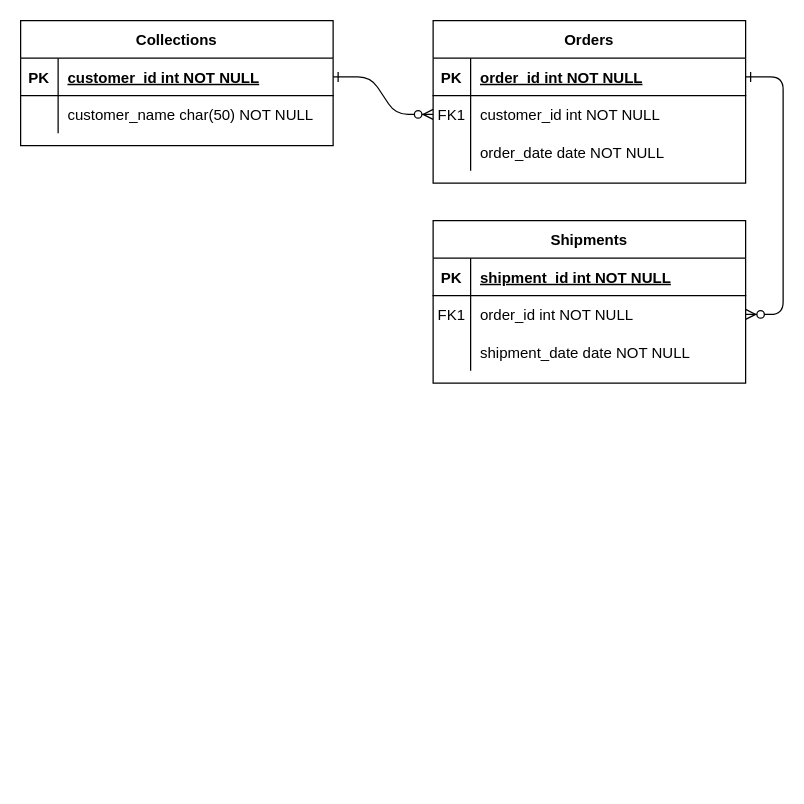
Before: Untitled Diagram.drawio in iykazrji/the-melancholy-collection, a draw.io diagram. Source tidied: cells renumbered, new cells numbered last; positions are measured from the earlier drawing's top-left corner, leaving out a move shared by most shapes. Both pictures are drawn from the tidied source at 125%, with x=0, y=0 at pixel (20, 20).
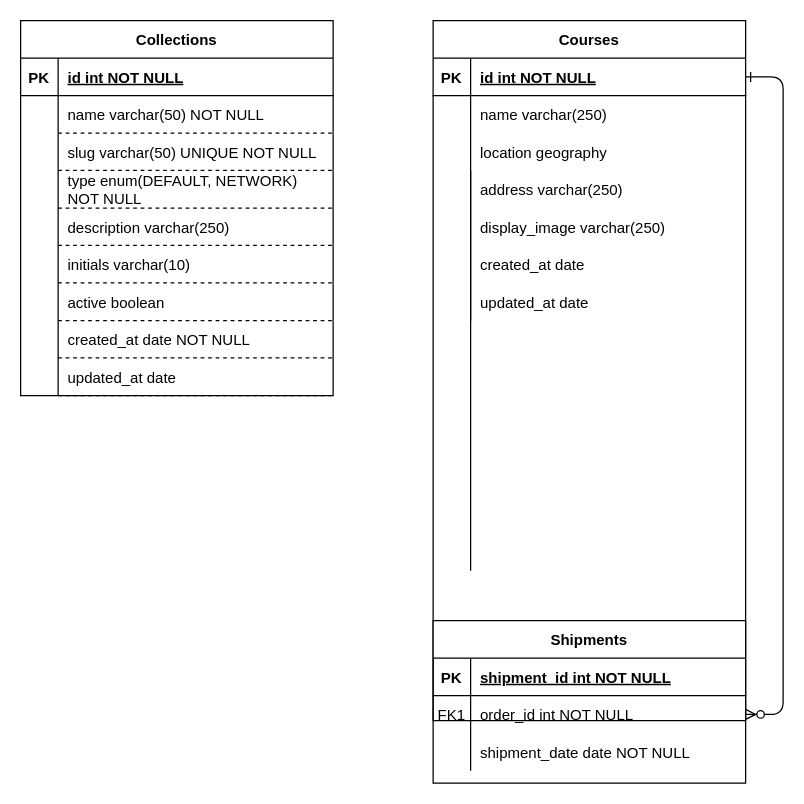
Above is the later version.

The change refers to these unchanged cells:
```xml
<mxCell id="5" style="shape=partialRectangle;fillColor=none;points=[[0,0.5],[1,0.5]];portConstraint=eastwest;top=0;left=0;right=0;bottom=1;" parent="4" vertex="1">
  <mxGeometry y="30" width="250" height="30" as="geometry" />
</mxCell>
<mxCell id="8" style="shape=partialRectangle;fillColor=none;points=[[0,0.5],[1,0.5]];portConstraint=eastwest;top=0;left=0;right=0;bottom=0;" parent="4" vertex="1">
  <mxGeometry y="60" width="250" height="30" as="geometry" />
</mxCell>
<mxCell id="11" style="shape=partialRectangle;fillColor=none;top=0;left=0;right=0;bottom=0;" parent="4" vertex="1">
  <mxGeometry y="90" width="250" height="30" as="geometry" />
</mxCell>
<mxCell id="25" style="shape=partialRectangle;fillColor=none;points=[[0,0.5],[1,0.5]];portConstraint=eastwest;top=0;left=0;right=0;bottom=1;" parent="24" vertex="1">
  <mxGeometry y="30" width="250" height="30" as="geometry" />
</mxCell>
<mxCell id="28" style="shape=partialRectangle;fillColor=none;top=0;left=0;right=0;bottom=0;" parent="24" vertex="1">
  <mxGeometry y="60" width="250" height="30" as="geometry" />
</mxCell>
```

What changed in the source:
```diff
@@
-    <mxCell id="2" style="edgeStyle=entityRelationEdgeStyle;endArrow=ERzeroToMany;startArrow=ERone;endFill=1;startFill=0;" parent="1" edge="1" source="25" target="8">
-      <mxGeometry relative="1" as="geometry" />
-    </mxCell>
@@
-    <mxCell id="4" value="Orders" style="shape=table;startSize=30;childLayout=tableLayout;rowLines=0;fontStyle=1;align=center;" parent="1" vertex="1">
-      <mxGeometry x="330" width="250" height="130" as="geometry" />
+    <mxCell id="4" value="Courses" style="shape=table;startSize=30;childLayout=tableLayout;rowLines=0;fontStyle=1;align=center;" parent="1" vertex="1">
+      <mxGeometry x="330" width="250" height="560" as="geometry" />
     </mxCell>
@@
-    <mxCell id="7" value="order_id int NOT NULL " style="shape=partialRectangle;overflow=hidden;fillColor=none;top=0;left=0;bottom=0;right=0;align=left;spacingLeft=6;fontStyle=5;" parent="5" vertex="1">
+    <mxCell id="7" value="id int NOT NULL " style="shape=partialRectangle;overflow=hidden;fillColor=none;top=0;left=0;bottom=0;right=0;align=left;spacingLeft=6;fontStyle=5;" parent="5" vertex="1">
       <mxGeometry x="30" width="220" height="30" as="geometry" />
     </mxCell>
@@
-    <mxCell id="9" value="FK1" style="shape=partialRectangle;overflow=hidden;fillColor=none;top=0;left=0;bottom=0;right=0;" parent="8" vertex="1">
+    <mxCell id="9" style="shape=partialRectangle;overflow=hidden;fillColor=none;top=0;left=0;bottom=0;right=0;" parent="8" vertex="1">
       <mxGeometry width="30" height="30" as="geometry" />
     </mxCell>
-    <mxCell id="10" value="customer_id int NOT NULL" style="shape=partialRectangle;overflow=hidden;fillColor=none;top=0;left=0;bottom=0;right=0;align=left;spacingLeft=6;" parent="8" vertex="1">
+    <mxCell id="10" value="name varchar(250)" style="shape=partialRectangle;overflow=hidden;fillColor=none;top=0;left=0;bottom=0;right=0;align=left;spacingLeft=6;" parent="8" vertex="1">
       <mxGeometry x="30" width="220" height="30" as="geometry" />
     </mxCell>
@@
-    <mxCell id="13" value="order_date date NOT NULL" style="shape=partialRectangle;overflow=hidden;fillColor=none;top=0;left=0;bottom=0;right=0;align=left;spacingLeft=6;" parent="11" vertex="1">
+    <mxCell id="13" value="location geography" style="shape=partialRectangle;overflow=hidden;fillColor=none;top=0;left=0;bottom=0;right=0;align=left;spacingLeft=6;" parent="11" vertex="1">
       <mxGeometry x="30" width="220" height="30" as="geometry" />
     </mxCell>
+    <mxCell id="31" style="shape=partialRectangle;fillColor=none;top=0;left=0;right=0;bottom=0;" parent="4" vertex="1">
+      <mxGeometry y="120" width="250" height="30" as="geometry" />
+    </mxCell>
+    <mxCell id="32" style="shape=partialRectangle;overflow=hidden;fillColor=none;top=0;left=0;bottom=0;right=0;" parent="31" vertex="1">
+      <mxGeometry width="30" height="30" as="geometry" />
+    </mxCell>
+    <mxCell id="33" value="address varchar(250)" style="shape=partialRectangle;overflow=hidden;fillColor=none;top=0;left=0;bottom=0;right=0;align=left;spacingLeft=6;" parent="31" vertex="1">
+      <mxGeometry x="30" width="220" height="30" as="geometry" />
+    </mxCell>
+    <mxCell id="34" style="shape=partialRectangle;fillColor=none;top=0;left=0;right=0;bottom=0;" parent="4" vertex="1">
+      <mxGeometry y="150" width="250" height="30" as="geometry" />
+    </mxCell>
+    <mxCell id="35" style="shape=partialRectangle;overflow=hidden;fillColor=none;top=0;left=0;bottom=0;right=0;" parent="34" vertex="1">
+      <mxGeometry width="30" height="30" as="geometry" />
+    </mxCell>
+    <mxCell id="36" value="display_image varchar(250)" style="shape=partialRectangle;overflow=hidden;fillColor=none;top=0;left=0;bottom=0;right=0;align=left;spacingLeft=6;" parent="34" vertex="1">
+      <mxGeometry x="30" width="220" height="30" as="geometry" />
+    </mxCell>
+    <mxCell id="37" style="shape=partialRectangle;fillColor=none;top=0;left=0;right=0;bottom=0;" parent="4" vertex="1">
+      <mxGeometry y="180" width="250" height="30" as="geometry" />
+    </mxCell>
+    <mxCell id="38" style="shape=partialRectangle;overflow=hidden;fillColor=none;top=0;left=0;bottom=0;right=0;" parent="37" vertex="1">
+      <mxGeometry width="30" height="30" as="geometry" />
+    </mxCell>
+    <mxCell id="39" value="created_at date" style="shape=partialRectangle;overflow=hidden;fillColor=none;top=0;left=0;bottom=0;right=0;align=left;spacingLeft=6;" parent="37" vertex="1">
+      <mxGeometry x="30" width="220" height="30" as="geometry" />
+    </mxCell>
+    <mxCell id="40" style="shape=partialRectangle;fillColor=none;top=0;left=0;right=0;bottom=0;" parent="4" vertex="1">
+      <mxGeometry y="210" width="250" height="30" as="geometry" />
+    </mxCell>
+    <mxCell id="41" style="shape=partialRectangle;overflow=hidden;fillColor=none;top=0;left=0;bottom=0;right=0;" parent="40" vertex="1">
+      <mxGeometry width="30" height="30" as="geometry" />
+    </mxCell>
+    <mxCell id="42" value="updated_at date" style="shape=partialRectangle;overflow=hidden;fillColor=none;top=0;left=0;bottom=0;right=0;align=left;spacingLeft=6;" parent="40" vertex="1">
+      <mxGeometry x="30" width="220" height="30" as="geometry" />
+    </mxCell>
     <mxCell id="14" value="Shipments" style="shape=table;startSize=30;childLayout=tableLayout;rowLines=0;fontStyle=1;align=center;" parent="1" vertex="1">
-      <mxGeometry x="330" y="160" width="250" height="130" as="geometry" />
+      <mxGeometry x="330" y="480" width="250" height="130" as="geometry" />
     </mxCell>
@@
     <mxCell id="24" value="Collections" style="shape=table;startSize=30;childLayout=tableLayout;rowLines=0;fontStyle=1;align=center;" parent="1" vertex="1">
-      <mxGeometry width="250" height="100" as="geometry" />
+      <mxGeometry width="250" height="300" as="geometry" />
     </mxCell>
@@
-    <mxCell id="27" value="customer_id int NOT NULL " style="shape=partialRectangle;overflow=hidden;fillColor=none;top=0;left=0;bottom=0;right=0;align=left;spacingLeft=6;fontStyle=5;" parent="25" vertex="1">
+    <mxCell id="27" value="id int NOT NULL " style="shape=partialRectangle;overflow=hidden;fillColor=none;top=0;left=0;bottom=0;right=0;align=left;spacingLeft=6;fontStyle=5;" parent="25" vertex="1">
       <mxGeometry x="30" width="220" height="30" as="geometry" />
     </mxCell>
@@
-    <mxCell id="30" value="customer_name char(50) NOT NULL" style="shape=partialRectangle;overflow=hidden;fillColor=none;top=0;left=0;bottom=0;right=0;align=left;spacingLeft=6;" parent="28" vertex="1">
+    <mxCell id="30" value="name varchar(50) NOT NULL" style="shape=partialRectangle;overflow=hidden;fillColor=none;top=0;left=0;bottom=0;right=0;align=left;spacingLeft=6;" parent="28" vertex="1">
       <mxGeometry x="30" width="220" height="30" as="geometry" />
     </mxCell>
+    <mxCell id="43" value="description varchar(250)" style="shape=partialRectangle;overflow=hidden;fillColor=none;top=0;left=0;bottom=0;right=0;align=left;spacingLeft=6;sketch=0;strokeColor=default;" parent="1" vertex="1">
+      <mxGeometry x="30" y="150" width="220" height="30" as="geometry" />
+    </mxCell>
+    <mxCell id="44" style="endArrow=none;html=1;rounded=0;" parent="1" edge="1">
+      <mxGeometry relative="1" as="geometry">
+        <mxPoint x="30" y="90" as="sourcePoint" />
+        <mxPoint x="30" y="300" as="targetPoint" />
+      </mxGeometry>
+    </mxCell>
+    <mxCell id="45" value="slug varchar(50) UNIQUE NOT NULL" style="shape=partialRectangle;overflow=hidden;fillColor=none;top=0;left=0;bottom=0;right=0;align=left;spacingLeft=6;sketch=0;strokeColor=default;" parent="1" vertex="1">
+      <mxGeometry x="30" y="90" width="220" height="30" as="geometry" />
+    </mxCell>
+    <mxCell id="46" value="initials varchar(10)" style="shape=partialRectangle;overflow=hidden;fillColor=none;top=0;left=0;bottom=0;right=0;align=left;spacingLeft=6;sketch=0;strokeColor=default;" parent="1" vertex="1">
+      <mxGeometry x="30" y="180" width="220" height="30" as="geometry" />
+    </mxCell>
+    <mxCell id="47" value="active boolean" style="shape=partialRectangle;overflow=hidden;fillColor=none;top=0;left=0;bottom=0;right=0;align=left;spacingLeft=6;sketch=0;strokeColor=default;" parent="1" vertex="1">
+      <mxGeometry x="30" y="210" width="220" height="30" as="geometry" />
+    </mxCell>
+    <mxCell id="48" value="type enum(DEFAULT, NETWORK) &#10;NOT NULL " style="shape=partialRectangle;overflow=hidden;fillColor=none;top=0;left=0;bottom=0;right=0;align=left;spacingLeft=6;sketch=0;strokeColor=default;" parent="1" vertex="1">
+      <mxGeometry x="30" y="120" width="220" height="30" as="geometry" />
+    </mxCell>
+    <mxCell id="49" value="created_at date NOT NULL" style="shape=partialRectangle;overflow=hidden;fillColor=none;top=0;left=0;bottom=0;right=0;align=left;spacingLeft=6;sketch=0;strokeColor=default;" parent="1" vertex="1">
+      <mxGeometry x="30" y="240" width="220" height="30" as="geometry" />
+    </mxCell>
+    <mxCell id="50" value="updated_at date" style="shape=partialRectangle;overflow=hidden;fillColor=none;top=0;left=0;bottom=0;right=0;align=left;spacingLeft=6;sketch=0;strokeColor=default;" parent="1" vertex="1">
+      <mxGeometry x="30" y="270" width="220" height="30" as="geometry" />
+    </mxCell>
+    <mxCell id="51" style="endArrow=none;dashed=1;html=1;rounded=0;" parent="1" edge="1">
+      <mxGeometry relative="1" as="geometry">
+        <mxPoint x="30" y="90" as="sourcePoint" />
+        <mxPoint x="250" y="90" as="targetPoint" />
+      </mxGeometry>
+    </mxCell>
+    <mxCell id="52" style="endArrow=none;dashed=1;html=1;rounded=0;" parent="1" edge="1">
+      <mxGeometry relative="1" as="geometry">
+        <mxPoint x="30" y="119.7" as="sourcePoint" />
+        <mxPoint x="250" y="119.7" as="targetPoint" />
+      </mxGeometry>
+    </mxCell>
+    <mxCell id="53" style="endArrow=none;dashed=1;html=1;rounded=0;" parent="1" edge="1">
+      <mxGeometry relative="1" as="geometry">
+        <mxPoint x="30" y="150" as="sourcePoint" />
+        <mxPoint x="250" y="150" as="targetPoint" />
+      </mxGeometry>
+    </mxCell>
+    <mxCell id="54" style="endArrow=none;dashed=1;html=1;rounded=0;" parent="1" edge="1">
+      <mxGeometry relative="1" as="geometry">
+        <mxPoint x="30" y="179.7" as="sourcePoint" />
+        <mxPoint x="250" y="179.7" as="targetPoint" />
+      </mxGeometry>
+    </mxCell>
+    <mxCell id="55" style="endArrow=none;dashed=1;html=1;rounded=0;" parent="1" edge="1">
+      <mxGeometry relative="1" as="geometry">
+        <mxPoint x="30" y="209.7" as="sourcePoint" />
+        <mxPoint x="250" y="209.7" as="targetPoint" />
+      </mxGeometry>
+    </mxCell>
+    <mxCell id="56" style="endArrow=none;dashed=1;html=1;rounded=0;" parent="1" edge="1">
+      <mxGeometry relative="1" as="geometry">
+        <mxPoint x="30" y="240" as="sourcePoint" />
+        <mxPoint x="250" y="240" as="targetPoint" />
+      </mxGeometry>
+    </mxCell>
+    <mxCell id="57" style="endArrow=none;dashed=1;html=1;rounded=0;" parent="1" edge="1">
+      <mxGeometry relative="1" as="geometry">
+        <mxPoint x="30" y="269.7" as="sourcePoint" />
+        <mxPoint x="250" y="269.7" as="targetPoint" />
+      </mxGeometry>
+    </mxCell>
+    <mxCell id="58" style="endArrow=none;dashed=1;html=1;rounded=0;" parent="1" edge="1">
+      <mxGeometry relative="1" as="geometry">
+        <mxPoint x="30" y="300" as="sourcePoint" />
+        <mxPoint x="250" y="300" as="targetPoint" />
+      </mxGeometry>
+    </mxCell>
+    <mxCell id="59" style="endArrow=none;html=1;rounded=0;" parent="1" edge="1">
+      <mxGeometry relative="1" as="geometry">
+        <mxPoint x="360" y="440" as="sourcePoint" />
+        <mxPoint x="360" y="120" as="targetPoint" />
+      </mxGeometry>
+    </mxCell>
```
